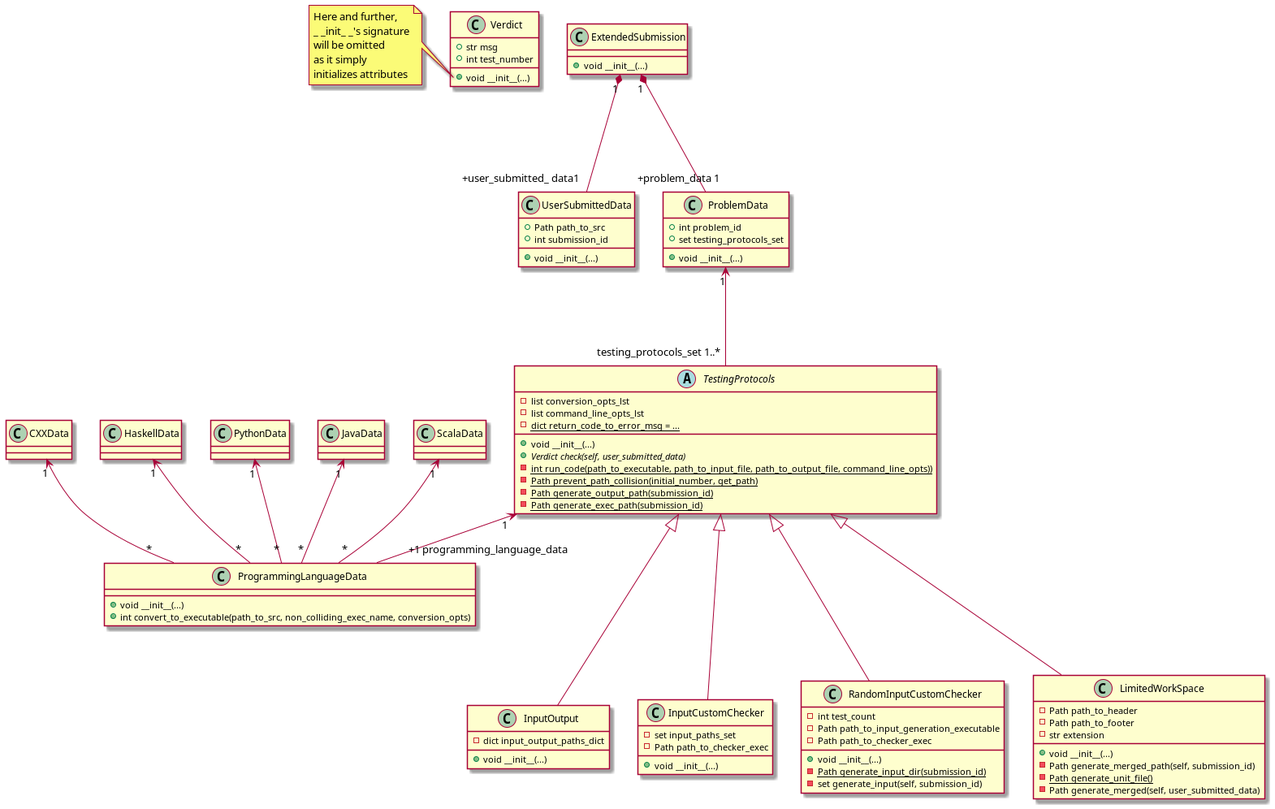
Above: TestingSystem/TestingProtocols/testing_protocols_class_diagram.png in IgorZhiltsoff/TPy_project (PlantUML), before the change.
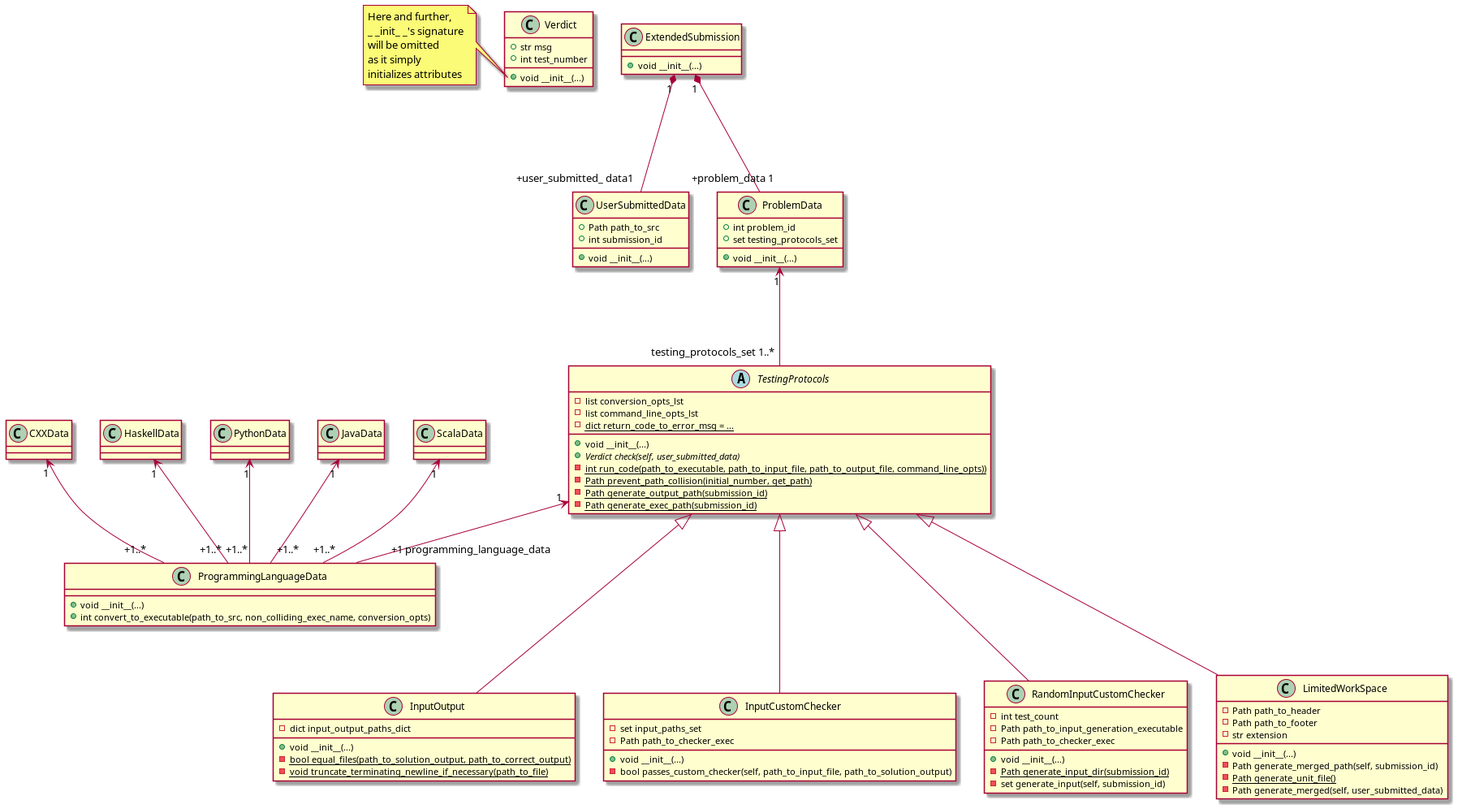
After the commit.

Commit message:
Improved diagram

Change to the diagram source:
```diff
@@ -31,23 +31,23 @@
 
 class CXXData
 
-CXXData "1" <-- "*" ProgrammingLanguageData
+CXXData "1" <-- "+1..*" ProgrammingLanguageData
 
 class HaskellData
 
-HaskellData "1" <-- "*" ProgrammingLanguageData
+HaskellData "1" <-- "+1..*" ProgrammingLanguageData
 
 class PythonData
 
-PythonData "1" <-- "*" ProgrammingLanguageData
+PythonData "1" <-- "+1..*" ProgrammingLanguageData
 
 class JavaData
 
-JavaData "1" <-- "*" ProgrammingLanguageData
+JavaData "1" <-- "+1..*" ProgrammingLanguageData
 
 class ScalaData
 
-ScalaData "1" <-- "*" ProgrammingLanguageData
+ScalaData "1" <-- "+1..*" ProgrammingLanguageData
 
 
 abstract class TestingProtocols {
@@ -69,6 +69,8 @@
     -dict input_output_paths_dict
 
     +void __init__(...)
+    -{static} bool equal_files(path_to_solution_output, path_to_correct_output)
+    -{static} void truncate_terminating_newline_if_necessary(path_to_file)
 }
 
 class InputCustomChecker {
@@ -76,6 +78,7 @@
     -Path path_to_checker_exec
 
     +void __init__(...)
+    -bool passes_custom_checker(self, path_to_input_file, path_to_solution_output)
 }
 
 class RandomInputCustomChecker {
```
